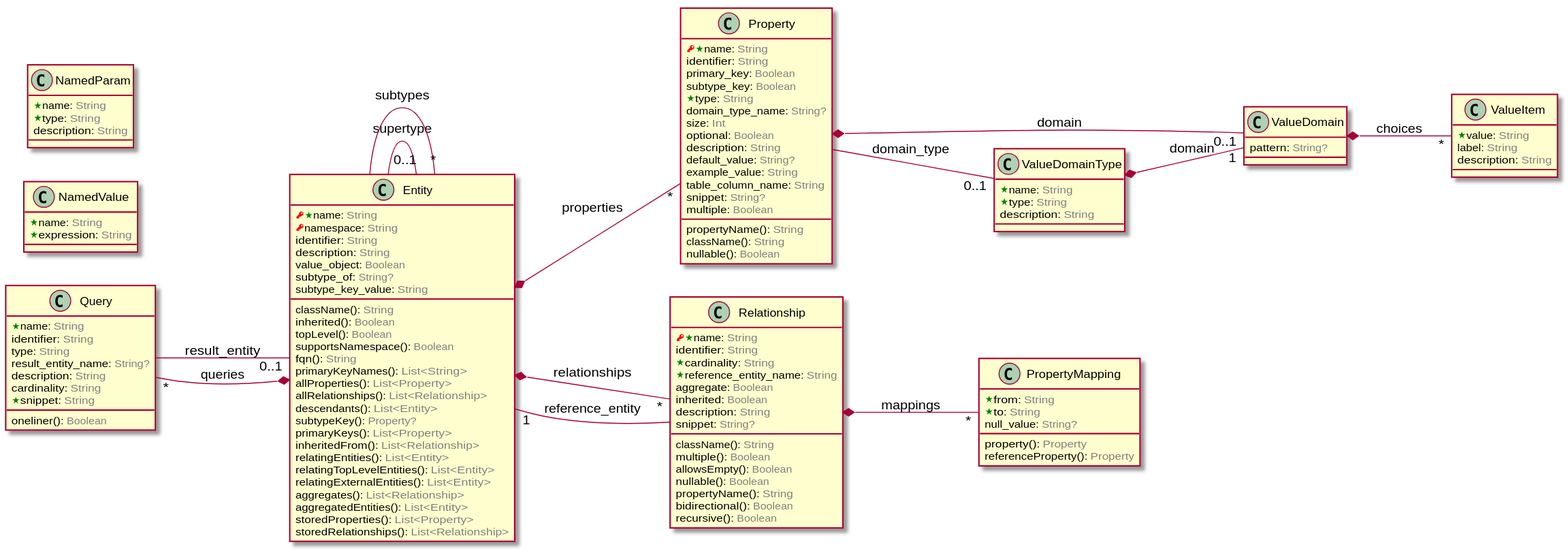
laplacian-core/metamodel keeps this PlantUML diagram as doc/image/model-diagram.svg. Above is the earlier version.
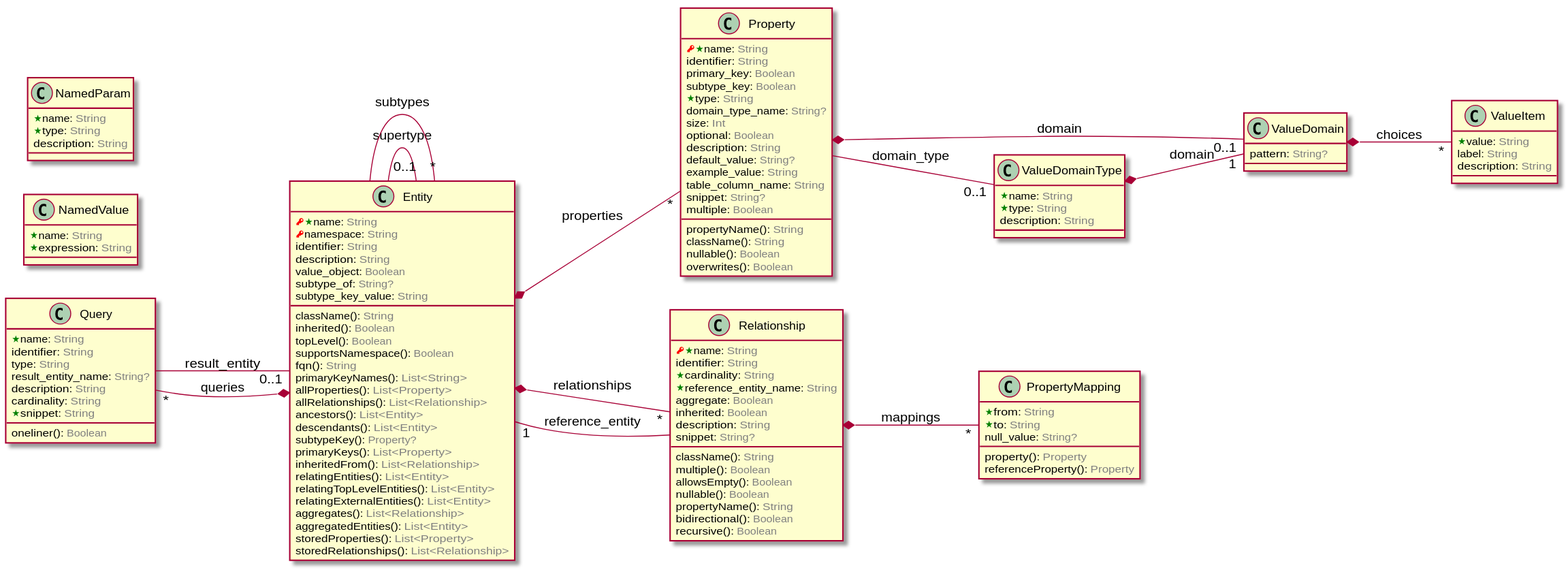
The same diagram one commit later.

Commit message:
regenerate the entity classes

Change to the diagram source:
```diff
@@ -37,6 +37,7 @@
   primaryKeyNames(): <color:GRAY>List<String></color>
   allProperties(): <color:GRAY>List<Property></color>
   allRelationships(): <color:GRAY>List<Relationship></color>
+  ancestors(): <color:GRAY>List<Entity></color>
   descendants(): <color:GRAY>List<Entity></color>
   subtypeKey(): <color:GRAY>Property?</color>
   primaryKeys(): <color:GRAY>List<Property></color>
@@ -105,6 +106,7 @@
   propertyName(): <color:GRAY>String</color>
   className(): <color:GRAY>String</color>
   nullable(): <color:GRAY>Boolean</color>
+  overwrites(): <color:GRAY>Boolean</color>
 }
 
 
```
